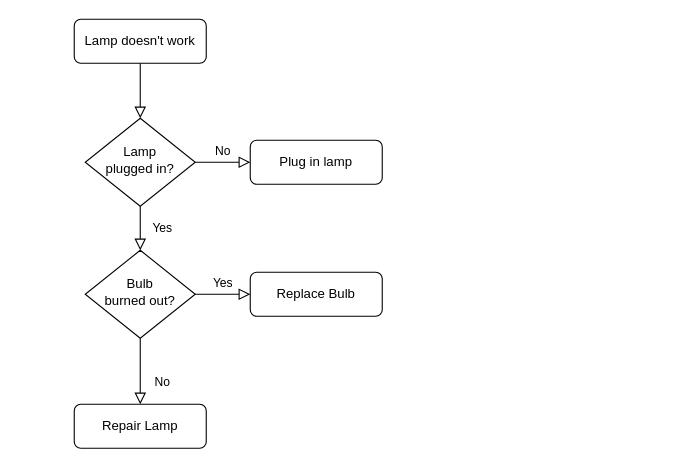
Before: 服务器重启流程.drawio in Luoxun1989/work-graph, a draw.io diagram. Source tidied: cells renumbered, new cells numbered last; positions are measured from the earlier drawing's top-left corner, leaving out a move shared by most shapes. Both pictures are drawn from the tidied source at 110%, with x=0, y=0 at pixel (74, 19).
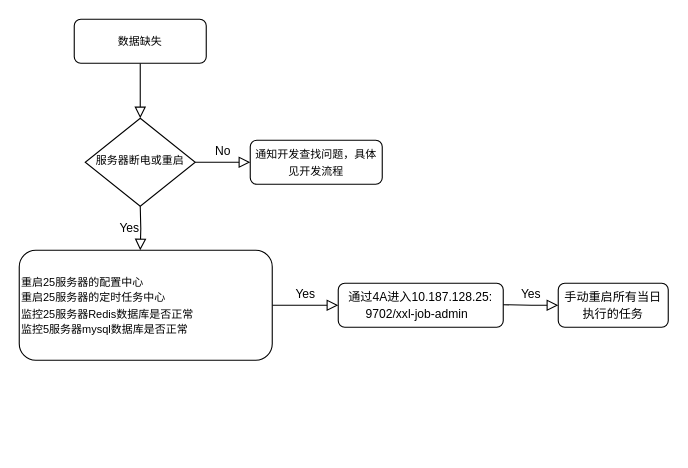
After the change.

Commit message:
更新服务器重启流程.drawio

Change to the diagram source:
```diff
@@
 <mxGraphModel>
   <root>
     <mxCell id="0" />
     <mxCell id="1" parent="0" />
     <mxCell id="2" style="rounded=0;html=1;jettySize=auto;fontSize=11;endArrow=block;endFill=0;endSize=8;strokeWidth=1;shadow=0;labelBackgroundColor=none;edgeStyle=orthogonalEdgeStyle;" parent="1" edge="1" source="3" target="6">
       <mxGeometry relative="1" as="geometry" />
     </mxCell>
-    <mxCell id="3" value="Lamp doesn't work" style="rounded=1;whiteSpace=wrap;html=1;fontSize=12;glass=0;strokeWidth=1;shadow=0;" parent="1" vertex="1">
+    <mxCell id="3" value="&lt;font style=&quot;font-size: 10px;&quot;&gt;数据缺失&lt;/font&gt;" style="rounded=1;whiteSpace=wrap;html=1;fontSize=12;glass=0;strokeWidth=1;shadow=0;" parent="1" vertex="1">
       <mxGeometry width="120" height="40" as="geometry" />
     </mxCell>
-    <mxCell id="4" value="Yes" style="rounded=0;html=1;jettySize=auto;fontSize=11;endArrow=block;endFill=0;endSize=8;strokeWidth=1;shadow=0;labelBackgroundColor=none;edgeStyle=orthogonalEdgeStyle;" parent="1" edge="1" source="6" target="10">
-      <mxGeometry y="20" relative="1" as="geometry" />
+    <mxCell id="4" value="Yes" style="rounded=0;html=1;jettySize=auto;orthogonalLoop=1;fontSize=11;endArrow=block;endFill=0;endSize=8;strokeWidth=1;shadow=0;labelBackgroundColor=none;edgeStyle=orthogonalEdgeStyle;" parent="1" edge="1">
+      <mxGeometry x="-0.06" y="-10" relative="1" as="geometry">
+        <mxPoint x="60" y="170" as="sourcePoint" />
+        <mxPoint x="60" y="210" as="targetPoint" />
+      </mxGeometry>
     </mxCell>
     <mxCell id="5" value="No" style="edgeStyle=orthogonalEdgeStyle;rounded=0;html=1;jettySize=auto;fontSize=11;endArrow=block;endFill=0;endSize=8;strokeWidth=1;shadow=0;labelBackgroundColor=none;" parent="1" edge="1" source="6" target="7">
       <mxGeometry y="10" relative="1" as="geometry" />
     </mxCell>
-    <mxCell id="6" value="Lamp&lt;br&gt;plugged in?" style="rhombus;whiteSpace=wrap;html=1;shadow=0;fontFamily=Helvetica;fontSize=12;align=center;strokeWidth=1;spacing=6;spacingTop=-4;" parent="1" vertex="1">
+    <mxCell id="6" value="&lt;font style=&quot;font-size: 10px;&quot;&gt;服务器断电或重启&lt;/font&gt;" style="rhombus;whiteSpace=wrap;html=1;shadow=0;fontFamily=Helvetica;fontSize=12;align=center;strokeWidth=1;spacing=6;spacingTop=-4;" parent="1" vertex="1">
       <mxGeometry x="10" y="90" width="100" height="80" as="geometry" />
     </mxCell>
-    <mxCell id="7" value="Plug in lamp" style="rounded=1;whiteSpace=wrap;html=1;fontSize=12;glass=0;strokeWidth=1;shadow=0;" parent="1" vertex="1">
+    <mxCell id="7" value="&lt;font style=&quot;font-size: 10px;&quot;&gt;通知开发查找问题，具体见开发流程&lt;/font&gt;" style="rounded=1;whiteSpace=wrap;html=1;fontSize=12;glass=0;strokeWidth=1;shadow=0;" parent="1" vertex="1">
       <mxGeometry x="160" y="110" width="120" height="40" as="geometry" />
     </mxCell>
-    <mxCell id="8" value="No" style="rounded=0;html=1;jettySize=auto;fontSize=11;endArrow=block;endFill=0;endSize=8;strokeWidth=1;shadow=0;labelBackgroundColor=none;edgeStyle=orthogonalEdgeStyle;" parent="1" edge="1" source="10" target="11">
-      <mxGeometry x="0.33" y="20" relative="1" as="geometry" />
-    </mxCell>
-    <mxCell id="9" value="Yes" style="edgeStyle=orthogonalEdgeStyle;rounded=0;html=1;jettySize=auto;fontSize=11;endArrow=block;endFill=0;endSize=8;strokeWidth=1;shadow=0;labelBackgroundColor=none;" parent="1" edge="1" source="10" target="12">
+    <mxCell id="9" value="Yes" style="edgeStyle=orthogonalEdgeStyle;rounded=0;html=1;jettySize=auto;fontSize=11;endArrow=block;endFill=0;endSize=8;strokeWidth=1;shadow=0;labelBackgroundColor=none;exitX=1;exitY=0.5;exitDx=0;exitDy=0;entryX=0;entryY=0.5;entryDx=0;entryDy=0;" parent="1" edge="1" source="11" target="12">
       <mxGeometry y="10" relative="1" as="geometry" />
     </mxCell>
-    <mxCell id="10" value="Bulb&lt;br&gt;burned out?" style="rhombus;whiteSpace=wrap;html=1;shadow=0;fontFamily=Helvetica;fontSize=12;align=center;strokeWidth=1;spacing=6;spacingTop=-4;" parent="1" vertex="1">
-      <mxGeometry x="10" y="210" width="100" height="80" as="geometry" />
-    </mxCell>
-    <mxCell id="11" value="Repair Lamp" style="rounded=1;whiteSpace=wrap;html=1;fontSize=12;glass=0;strokeWidth=1;shadow=0;" parent="1" vertex="1">
-      <mxGeometry y="350" width="120" height="40" as="geometry" />
+    <mxCell id="11" value="&lt;font style=&quot;font-size: 10px;&quot;&gt;重启25服务器的配置中心&lt;/font&gt;&lt;div&gt;&lt;font style=&quot;font-size: 10px;&quot;&gt;重启25服务器的定时任务中心&lt;/font&gt;&lt;/div&gt;&lt;div&gt;&lt;font style=&quot;font-size: 10px;&quot;&gt;监控25服务器Redis数据库是否正常&lt;/font&gt;&lt;/div&gt;&lt;div&gt;&lt;font style=&quot;font-size: 10px;&quot;&gt;监控5服务器mysql数据库是否正常&lt;/font&gt;&lt;/div&gt;" style="rounded=1;whiteSpace=wrap;html=1;fontSize=12;glass=0;strokeWidth=1;shadow=0;align=left;" parent="1" vertex="1">
+      <mxGeometry x="-50" y="210" width="230" height="100" as="geometry" />
     </mxCell>
-    <mxCell id="12" value="Replace Bulb" style="rounded=1;whiteSpace=wrap;html=1;fontSize=12;glass=0;strokeWidth=1;shadow=0;" parent="1" vertex="1">
-      <mxGeometry x="160" y="230" width="120" height="40" as="geometry" />
+    <mxCell id="12" value="&lt;font style=&quot;font-size: 11px;&quot;&gt;&lt;span style=&quot;font-family: 宋体;&quot;&gt;通过4A进入10.187.128.25:&lt;/span&gt;&lt;/font&gt;&lt;div&gt;&lt;font style=&quot;font-size: 11px;&quot;&gt;&lt;span style=&quot;font-family: 宋体;&quot;&gt;9702/xxl-job-admin&lt;/span&gt;&amp;nbsp;&lt;/font&gt;&amp;nbsp;&lt;/div&gt;" style="rounded=1;whiteSpace=wrap;html=1;fontSize=12;glass=0;strokeWidth=1;shadow=0;" parent="1" vertex="1">
+      <mxGeometry x="240" y="240" width="150" height="40" as="geometry" />
     </mxCell>
+    <mxCell id="13" value="&lt;font face=&quot;宋体&quot;&gt;&lt;span style=&quot;font-size: 11px;&quot;&gt;手动重启所有当日执行的任务&lt;/span&gt;&lt;/font&gt;" style="rounded=1;whiteSpace=wrap;html=1;fontSize=12;glass=0;strokeWidth=1;shadow=0;" parent="1" vertex="1">
+      <mxGeometry x="440" y="240" width="100" height="40" as="geometry" />
+    </mxCell>
+    <mxCell id="14" value="Yes" style="edgeStyle=orthogonalEdgeStyle;rounded=0;html=1;jettySize=auto;orthogonalLoop=1;fontSize=11;endArrow=block;endFill=0;endSize=8;strokeWidth=1;shadow=0;labelBackgroundColor=none;exitX=1;exitY=0.5;exitDx=0;exitDy=0;" parent="1" edge="1">
+      <mxGeometry y="10" relative="1" as="geometry">
+        <mxPoint x="390" y="259.5" as="sourcePoint" />
+        <mxPoint x="440" y="260" as="targetPoint" />
+      </mxGeometry>
+    </mxCell>
   </root>
 </mxGraphModel>
```
